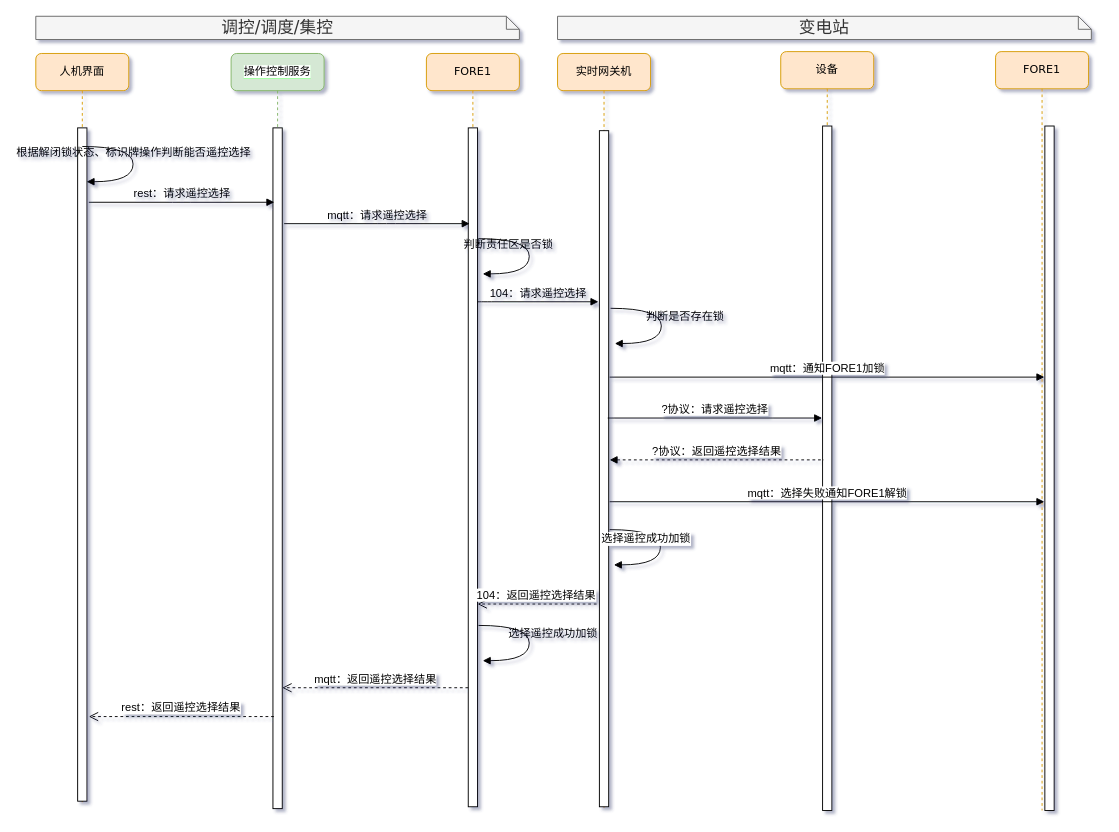
Earlier version of the draw.io diagram page "集控站遥控选择" (2 of 8) of 操作与控制.drawio (qwe995272801/taowenxiang). Source tidied: cells renumbered, new cells numbered last; positions are measured from the earlier drawing's top-left corner, leaving out a move shared by most shapes. Both pictures are drawn from the tidied source at 93%, with x=0, y=0 at pixel (35, 16).
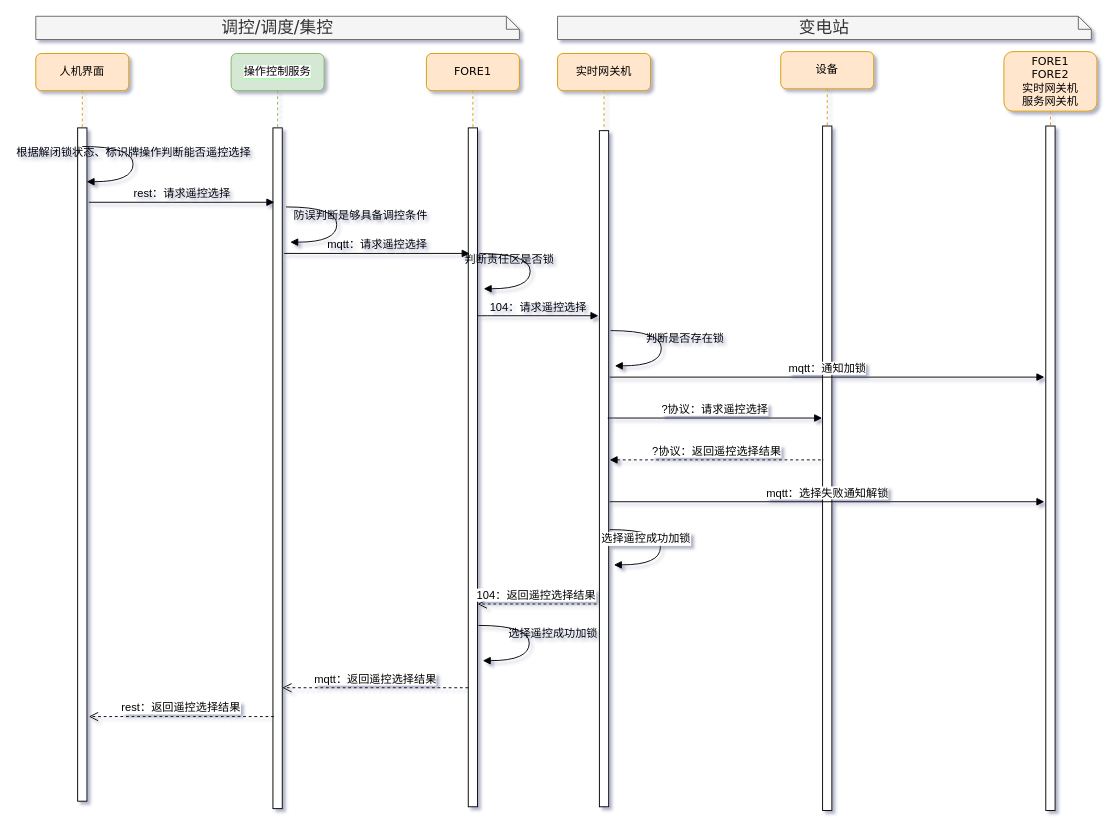
The same page after the edit.

The edit, as a diff of the source:
```diff
@@
     <mxCell id="8" value="104：请求遥控选择" style="html=1;verticalAlign=bottom;endArrow=block;labelBackgroundColor=none;fontFamily=Helvetica;fontSize=12;edgeStyle=elbowEdgeStyle;elbow=vertical;" parent="1" edge="1">
       <mxGeometry relative="1" as="geometry">
-        <mxPoint x="475" y="307" as="sourcePoint" />
-        <mxPoint x="605" y="307" as="targetPoint" />
+        <mxPoint x="475" y="322" as="sourcePoint" />
+        <mxPoint x="605" y="322" as="targetPoint" />
         <Array as="points">
-          <mxPoint x="480" y="307" />
+          <mxPoint x="480" y="322" />
         </Array>
       </mxGeometry>
     </mxCell>
@@
     <mxCell id="13" value="mqtt：请求遥控选择" style="html=1;verticalAlign=bottom;endArrow=block;labelBackgroundColor=none;fontFamily=Helvetica;fontSize=12;edgeStyle=elbowEdgeStyle;elbow=vertical;" parent="1" edge="1">
       <mxGeometry relative="1" as="geometry">
-        <mxPoint x="267" y="223" as="sourcePoint" />
-        <mxPoint x="466.5" y="223" as="targetPoint" />
+        <mxPoint x="267" y="255" as="sourcePoint" />
+        <mxPoint x="466.5" y="255" as="targetPoint" />
         <Array as="points">
-          <mxPoint x="377" y="223" />
-          <mxPoint x="217" y="273" />
-          <mxPoint x="207" y="273" />
+          <mxPoint x="377" y="255" />
+          <mxPoint x="217" y="305" />
+          <mxPoint x="207" y="305" />
         </Array>
       </mxGeometry>
     </mxCell>
@@
     <mxCell id="15" value="判断责任区是否锁" style="html=1;verticalAlign=bottom;endArrow=block;labelBackgroundColor=none;fontFamily=Verdana;fontSize=12;elbow=vertical;edgeStyle=orthogonalEdgeStyle;curved=1;entryX=1;entryY=0.286;entryPerimeter=0;exitX=1.038;exitY=0.345;exitPerimeter=0;" parent="1" edge="1">
       <mxGeometry x="-0.55" y="-16" relative="1" as="geometry">
-        <mxPoint x="476" y="239.1" as="sourcePoint" />
-        <mxPoint x="480.6" y="277" as="targetPoint" />
+        <mxPoint x="477" y="255.1" as="sourcePoint" />
+        <mxPoint x="481.6" y="293" as="targetPoint" />
         <Array as="points">
-          <mxPoint x="530.6" y="239" />
-          <mxPoint x="530.6" y="277" />
+          <mxPoint x="531.6" y="255" />
+          <mxPoint x="531.6" y="293" />
         </Array>
       </mxGeometry>
     </mxCell>
@@
     <mxCell id="21" value="判断是否存在锁" style="html=1;verticalAlign=bottom;endArrow=block;labelBackgroundColor=none;fontFamily=Verdana;fontSize=12;elbow=vertical;edgeStyle=orthogonalEdgeStyle;curved=1;entryX=1;entryY=0.286;entryPerimeter=0;exitX=1.038;exitY=0.345;exitPerimeter=0;" parent="1" edge="1">
       <mxGeometry x="0.02" y="25" relative="1" as="geometry">
-        <mxPoint x="618" y="314" as="sourcePoint" />
-        <mxPoint x="622.6" y="351.9" as="targetPoint" />
+        <mxPoint x="618" y="338" as="sourcePoint" />
+        <mxPoint x="622.6" y="375.9" as="targetPoint" />
         <Array as="points">
-          <mxPoint x="672.6" y="313.9" />
-          <mxPoint x="672.6" y="351.9" />
+          <mxPoint x="672.6" y="337.9" />
+          <mxPoint x="672.6" y="375.9" />
         </Array>
       </mxGeometry>
     </mxCell>
@@
-    <mxCell id="27" value="FORE1" style="shape=umlLifeline;perimeter=lifelinePerimeter;whiteSpace=wrap;html=1;rounded=1;shadow=0;comic=0;labelBackgroundColor=none;strokeWidth=1;fontFamily=Verdana;fontSize=12;align=center;fillColor=#ffe6cc;strokeColor=#d79b00;" parent="1" vertex="1">
-      <mxGeometry x="1032" y="38" width="100" height="816" as="geometry" />
-    </mxCell>
-    <mxCell id="28" style="html=1;perimeter=orthogonalPerimeter;rounded=0;shadow=0;comic=0;labelBackgroundColor=none;strokeWidth=1;fontFamily=Helvetica;fontSize=12;align=center;" parent="27" vertex="1">
-      <mxGeometry x="53" y="80" width="10" height="736" as="geometry" />
-    </mxCell>
-    <mxCell id="29" value="mqtt：通知FORE1加锁" style="html=1;verticalAlign=bottom;endArrow=block;fontFamily=Helvetica;fontSize=12;" parent="1" edge="1">
+    <mxCell id="29" value="mqtt：通知加锁" style="html=1;verticalAlign=bottom;endArrow=block;fontFamily=Helvetica;fontSize=12;" parent="1" edge="1">
       <mxGeometry relative="1" as="geometry">
         <mxPoint x="617" y="388" as="sourcePoint" />
         <mxPoint x="1084.5" y="388" as="targetPoint" />
       </mxGeometry>
     </mxCell>
@@
-    <mxCell id="31" value="mqtt：选择失败通知FORE1解锁" style="html=1;verticalAlign=bottom;endArrow=block;fontFamily=Helvetica;fontSize=12;" parent="1" edge="1">
+    <mxCell id="31" value="mqtt：选择失败通知解锁" style="html=1;verticalAlign=bottom;endArrow=block;fontFamily=Helvetica;fontSize=12;" parent="1" edge="1">
       <mxGeometry relative="1" as="geometry">
         <mxPoint x="617" y="522" as="sourcePoint" />
         <mxPoint x="1084.5" y="522" as="targetPoint" />
       </mxGeometry>
     </mxCell>
+    <mxCell id="32" value="防误判断是够具备调控条件" style="html=1;verticalAlign=bottom;endArrow=block;labelBackgroundColor=none;fontFamily=Verdana;fontSize=12;elbow=vertical;edgeStyle=orthogonalEdgeStyle;curved=1;entryX=1;entryY=0.286;entryPerimeter=0;exitX=1.038;exitY=0.345;exitPerimeter=0;" parent="1" edge="1">
+      <mxGeometry x="0.02" y="25" relative="1" as="geometry">
+        <mxPoint x="269" y="205" as="sourcePoint" />
+        <mxPoint x="273.6" y="242.9" as="targetPoint" />
+        <Array as="points">
+          <mxPoint x="323.6" y="204.9" />
+          <mxPoint x="323.6" y="242.9" />
+        </Array>
+      </mxGeometry>
+    </mxCell>
+    <mxCell id="33" value="&lt;div&gt;FORE1&lt;/div&gt;&lt;div&gt;FORE2&lt;/div&gt;&lt;div&gt;实时网关机&lt;br&gt;&lt;/div&gt;&lt;div&gt;服务网关机&lt;/div&gt;" style="shape=umlLifeline;perimeter=lifelinePerimeter;whiteSpace=wrap;html=1;rounded=1;shadow=0;comic=0;labelBackgroundColor=none;strokeWidth=1;fontFamily=Verdana;fontSize=12;align=center;fillColor=#ffe6cc;strokeColor=#d79b00;size=64;" parent="1" vertex="1">
+      <mxGeometry x="1041" y="38" width="100" height="816" as="geometry" />
+    </mxCell>
+    <mxCell id="34" style="html=1;perimeter=orthogonalPerimeter;rounded=0;shadow=0;comic=0;labelBackgroundColor=none;strokeWidth=1;fontFamily=Helvetica;fontSize=12;align=center;" parent="33" vertex="1">
+      <mxGeometry x="45" y="80" width="10" height="736" as="geometry" />
+    </mxCell>
```
